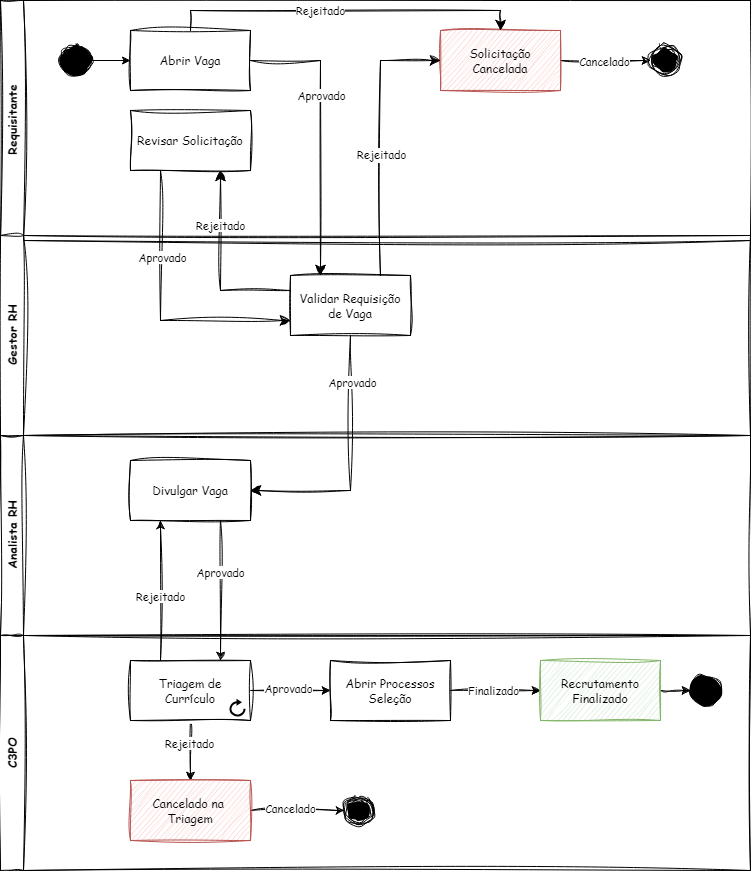
Before: instituto_langchain/busca_sql/docs/recrutamento.drawio.png, a diagram exported from draw.io (Ro-Goncalves/instituto-langchain). Source tidied: cells renumbered, new cells last; positions are measured from the earlier drawing's top-left corner, leaving out a move shared by most shapes.
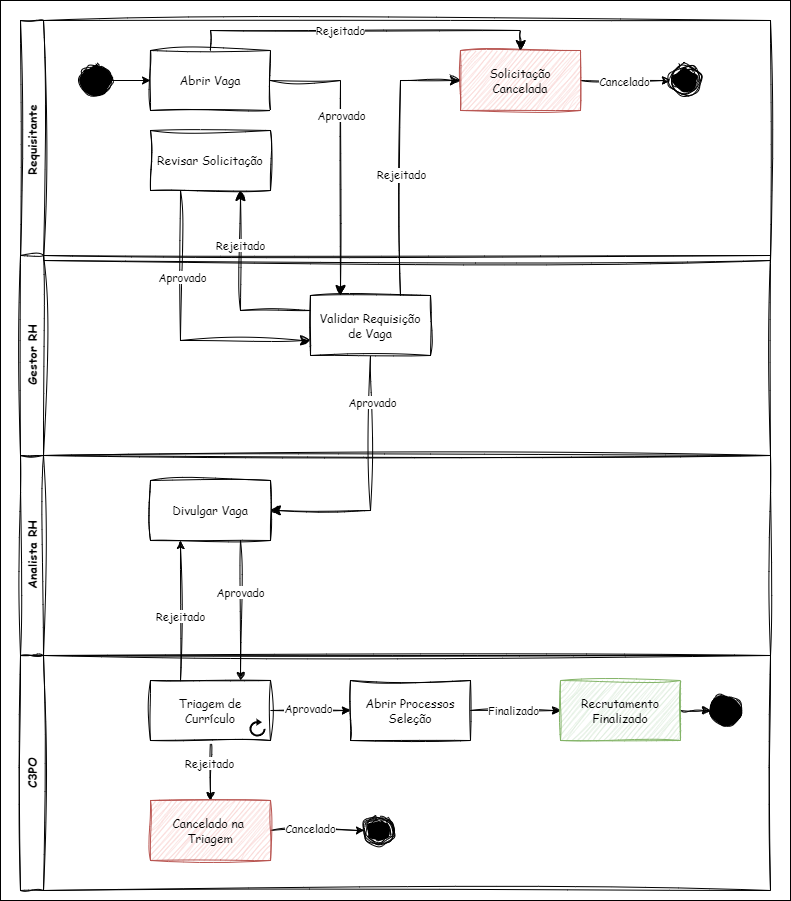
Above is the later version.

Commit message:
refactor(busca-sql): Adicionar fundo às imagens do processo

Change to the diagram source:
```diff
@@ -2,6 +2,9 @@
   <root>
     <mxCell id="0" />
     <mxCell id="1" parent="0" />
+    <mxCell id="48" style="rounded=0;whiteSpace=wrap;html=1;" parent="1" vertex="1">
+      <mxGeometry x="-20" y="-20" width="790" height="900" as="geometry" />
+    </mxCell>
     <mxCell id="2" value="Requisitante" style="swimlane;horizontal=0;whiteSpace=wrap;html=1;fontFamily=Comic Sans MS;sketch=1;curveFitting=1;jiggle=2;" parent="1" vertex="1">
       <mxGeometry width="750" height="240" as="geometry" />
     </mxCell>
```
